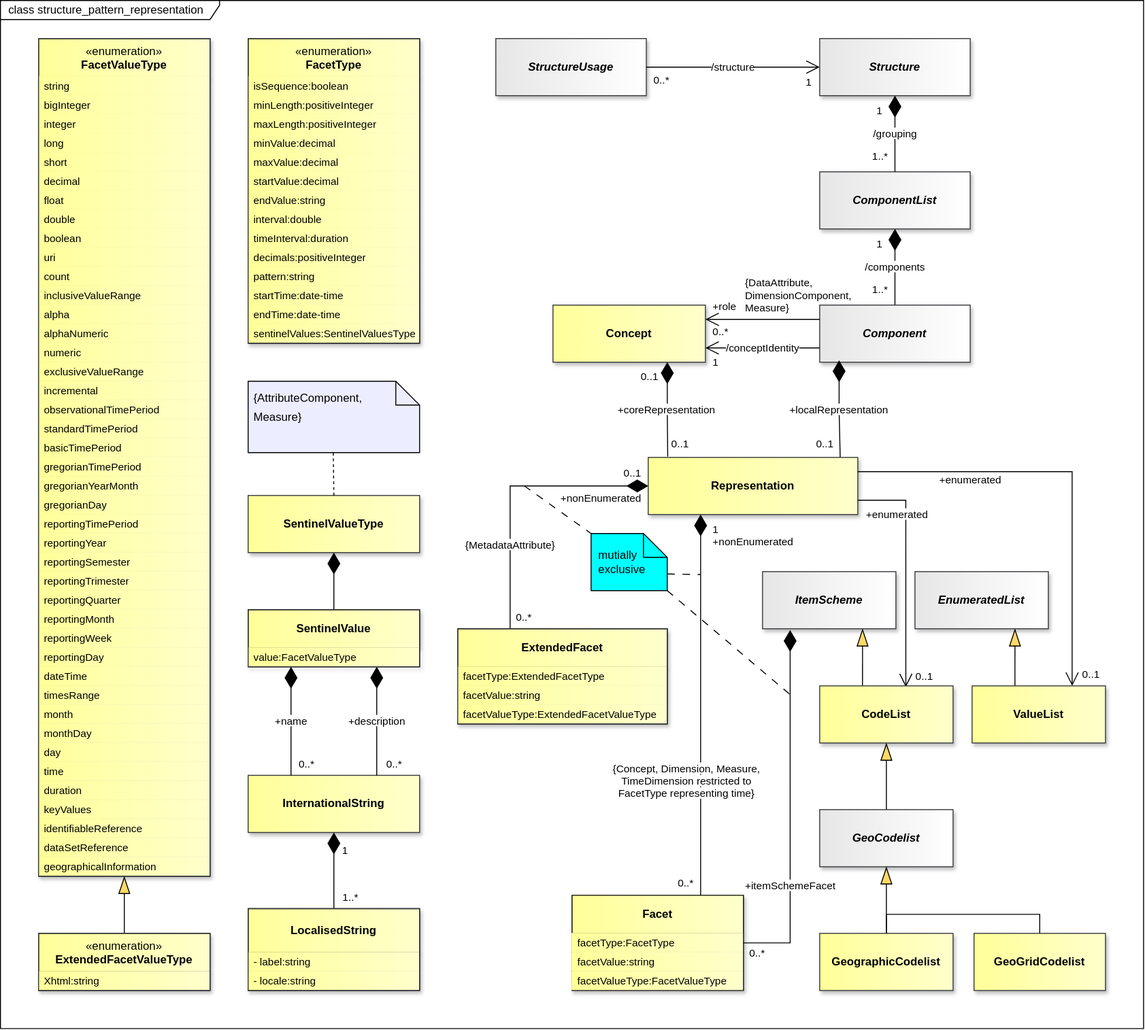
Before: docs/information_model/media/sdmx_base-structure_pattern_representation.svg, a diagram exported from draw.io (sdmx-twg/sdmx-im). Source tidied: cells renumbered, new cells last; positions are measured from the earlier drawing's top-left corner, leaving out a move shared by most shapes.
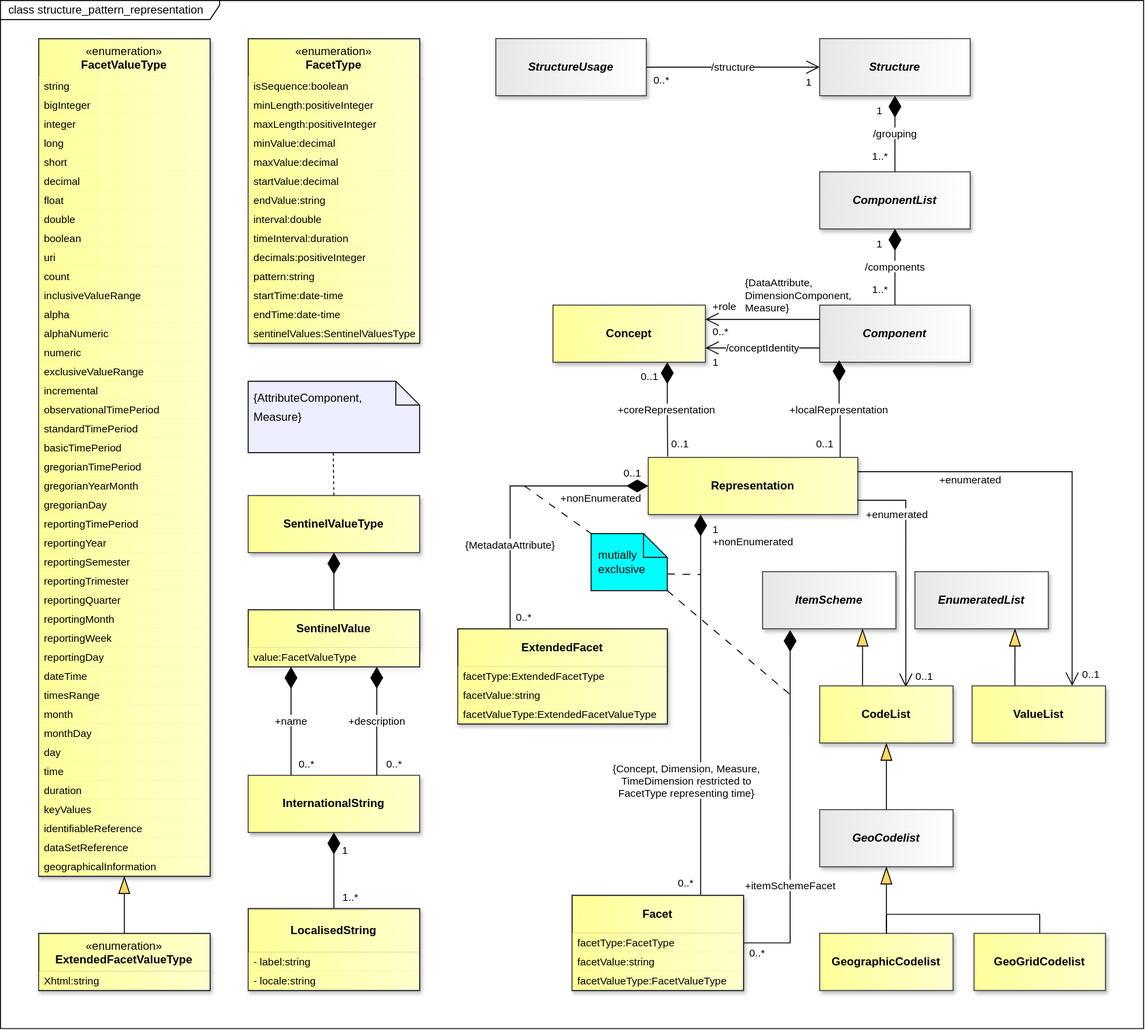
Above is the later version.

Diff of the diagram source:
```diff
@@ -577,5 +577,8 @@
     <mxCell id="172" style="rounded=0;whiteSpace=wrap;html=1;fillColor=none;strokeColor=#36393D;" parent="1" vertex="1">
       <mxGeometry x="480" y="660" width="220" height="100" as="geometry" />
     </mxCell>
+    <mxCell id="173" style="rounded=0;whiteSpace=wrap;html=1;fillColor=none;strokeColor=#36393D;" parent="1" vertex="1">
+      <mxGeometry x="600" y="940" width="180" height="100" as="geometry" />
+    </mxCell>
   </root>
 </mxGraphModel>
```
